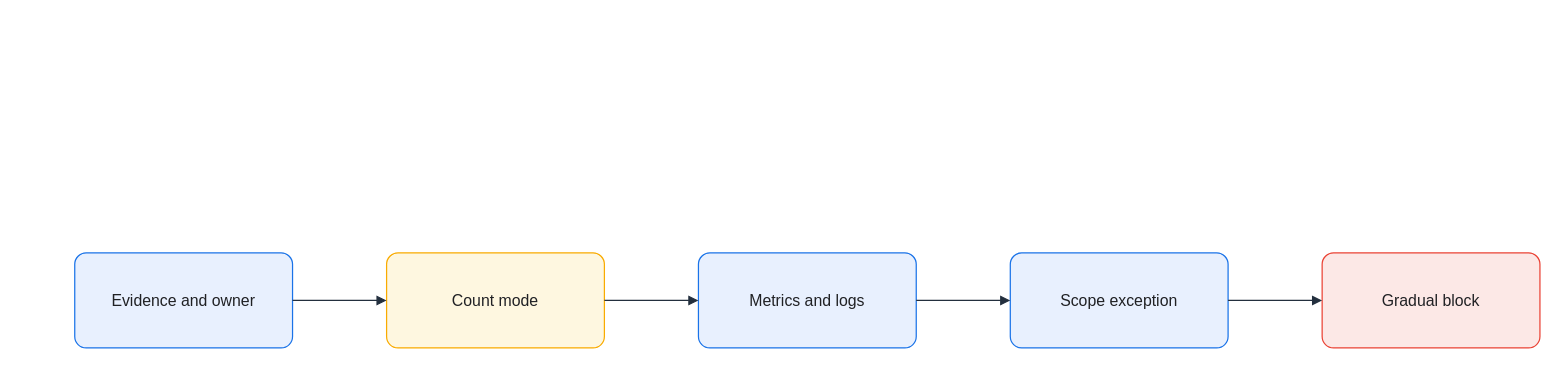
KKamJi98/kkamji98.github.io keeps this draw.io diagram as assets/img/aws/waf-rule-rollout-flow.drawio. Above is the earlier version. Source tidied: cells renumbered, new cells numbered last; positions are measured from the earlier drawing's top-left corner, leaving out a move shared by most shapes. Both pictures are drawn from the tidied source at 99%, with x=0, y=0 at pixel (74, 252).
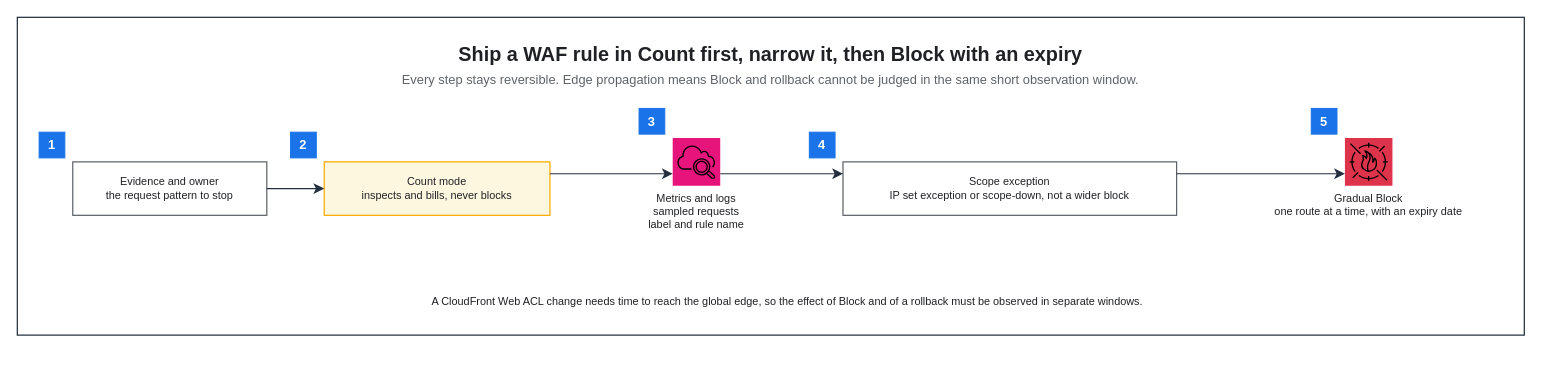
After the change.

Change to the diagram source:
```diff
@@
 <mxGraphModel background="#FFFFFF">
   <root>
     <mxCell id="0" />
     <mxCell id="1" parent="0" />
-    <mxCell id="2" value="Evidence and owner" style="rounded=1;arcSize=12;whiteSpace=wrap;html=0;fillColor=#E8F0FE;strokeColor=#1A73E8;strokeWidth=1.25;fontColor=#202124;fontSize=16;align=center;verticalAlign=middle;spacing=8;shadow=0;" parent="1" vertex="1">
-      <mxGeometry width="220" height="96" as="geometry" />
-    </mxCell>
-    <mxCell id="3" value="Count mode" style="rounded=1;arcSize=12;whiteSpace=wrap;html=0;fillColor=#FEF7E0;strokeColor=#F9AB00;strokeWidth=1.25;fontColor=#202124;fontSize=16;align=center;verticalAlign=middle;spacing=8;shadow=0;" parent="1" vertex="1">
-      <mxGeometry x="315" width="220" height="96" as="geometry" />
-    </mxCell>
-    <mxCell id="4" value="Metrics and logs" style="rounded=1;arcSize=12;whiteSpace=wrap;html=0;fillColor=#E8F0FE;strokeColor=#1A73E8;strokeWidth=1.25;fontColor=#202124;fontSize=16;align=center;verticalAlign=middle;spacing=8;shadow=0;" parent="1" vertex="1">
-      <mxGeometry x="630" width="220" height="96" as="geometry" />
-    </mxCell>
-    <mxCell id="5" value="Scope exception" style="rounded=1;arcSize=12;whiteSpace=wrap;html=0;fillColor=#E8F0FE;strokeColor=#1A73E8;strokeWidth=1.25;fontColor=#202124;fontSize=16;align=center;verticalAlign=middle;spacing=8;shadow=0;" parent="1" vertex="1">
-      <mxGeometry x="945" width="220" height="96" as="geometry" />
-    </mxCell>
-    <mxCell id="6" value="Gradual block" style="rounded=1;arcSize=12;whiteSpace=wrap;html=0;fillColor=#FCE8E6;strokeColor=#EA4335;strokeWidth=1.25;fontColor=#202124;fontSize=16;align=center;verticalAlign=middle;spacing=8;shadow=0;" parent="1" vertex="1">
-      <mxGeometry x="1260" width="220" height="96" as="geometry" />
-    </mxCell>
-    <mxCell id="7" style="edgeStyle=orthogonalEdgeStyle;rounded=0;jettySize=auto;html=0;endArrow=block;endFill=1;strokeColor=#232F3E;strokeWidth=1.25;fontColor=#202124;labelBackgroundColor=none;exitX=1;exitY=0.5;exitDx=0;exitDy=0;entryX=0;entryY=0.5;entryDx=0;entryDy=0;endSize=7;" parent="1" edge="1" source="2" target="3">
-      <mxGeometry relative="1" as="geometry" />
-    </mxCell>
-    <mxCell id="8" style="edgeStyle=orthogonalEdgeStyle;rounded=0;jettySize=auto;html=0;endArrow=block;endFill=1;strokeColor=#232F3E;strokeWidth=1.25;fontColor=#202124;labelBackgroundColor=none;exitX=1;exitY=0.5;exitDx=0;exitDy=0;entryX=0;entryY=0.5;entryDx=0;entryDy=0;endSize=7;" parent="1" edge="1" source="3" target="4">
-      <mxGeometry relative="1" as="geometry" />
-    </mxCell>
-    <mxCell id="9" style="edgeStyle=orthogonalEdgeStyle;rounded=0;jettySize=auto;html=0;endArrow=block;endFill=1;strokeColor=#232F3E;strokeWidth=1.25;fontColor=#202124;labelBackgroundColor=none;exitX=1;exitY=0.5;exitDx=0;exitDy=0;entryX=0;entryY=0.5;entryDx=0;entryDy=0;endSize=7;" parent="1" edge="1" source="4" target="5">
-      <mxGeometry relative="1" as="geometry" />
-    </mxCell>
-    <mxCell id="10" style="edgeStyle=orthogonalEdgeStyle;rounded=0;jettySize=auto;html=0;endArrow=block;endFill=1;strokeColor=#232F3E;strokeWidth=1.25;fontColor=#202124;labelBackgroundColor=none;exitX=1;exitY=0.5;exitDx=0;exitDy=0;entryX=0;entryY=0.5;entryDx=0;entryDy=0;endSize=7;" parent="1" edge="1" source="5" target="6">
-      <mxGeometry relative="1" as="geometry" />
-    </mxCell>
+    <mxCell id="11" style="rounded=0;html=0;fillColor=none;strokeColor=#232F3E;fontColor=#202124;strokeWidth=1.25;" parent="1" vertex="1">
+      <mxGeometry x="-58" y="-238" width="1522.2" height="321" as="geometry" />
+    </mxCell>
+    <mxCell id="12" value="Ship a WAF rule in Count first, narrow it, then Block with an expiry" style="text;html=0;whiteSpace=wrap;fillColor=none;strokeColor=none;fontColor=#202124;fontSize=20;fontStyle=1;align=center;verticalAlign=middle;" parent="1" vertex="1">
+      <mxGeometry x="-36" y="-216" width="1478.2" height="30" as="geometry" />
+    </mxCell>
+    <mxCell id="13" value="Every step stays reversible. Edge propagation means Block and rollback cannot be judged in the same short observation window." style="text;html=0;whiteSpace=wrap;fillColor=none;strokeColor=none;fontColor=#5F6368;fontSize=13;fontStyle=0;align=center;verticalAlign=middle;" parent="1" vertex="1">
+      <mxGeometry x="-36" y="-186" width="1478.2" height="22" as="geometry" />
+    </mxCell>
+    <mxCell id="14" value="Evidence and owner&#10;the request pattern to stop" style="rounded=0;whiteSpace=wrap;html=0;fillColor=#FFFFFF;strokeColor=#5F6368;fontColor=#202124;fontSize=11;fontStyle=0;align=center;verticalAlign=middle;spacingLeft=6;spacingRight=6;strokeWidth=1.25;" parent="1" vertex="1">
+      <mxGeometry x="-2" y="-92" width="196" height="54" as="geometry" />
+    </mxCell>
+    <mxCell id="15" value="Count mode&#10;inspects and bills, never blocks" style="rounded=0;whiteSpace=wrap;html=0;fillColor=#FEF7E0;strokeColor=#F9AB00;fontColor=#202124;fontSize=11;fontStyle=0;align=center;verticalAlign=middle;spacingLeft=6;spacingRight=6;strokeWidth=1.25;" parent="1" vertex="1">
+      <mxGeometry x="252" y="-92" width="228" height="54" as="geometry" />
+    </mxCell>
+    <mxCell id="16" value="Metrics and logs&#10;sampled requests&#10;label and rule name" style="sketch=0;outlineConnect=0;gradientColor=none;html=0;whiteSpace=nowrap;fontSize=11;fontStyle=0;fontColor=#202124;verticalLabelPosition=bottom;verticalAlign=top;align=center;labelBackgroundColor=none;fillColor=#E7157B;strokeColor=none;dashed=0;shape=mxgraph.aws4.resourceIcon;resIcon=mxgraph.aws4.cloudwatch_2;" parent="1" vertex="1">
+      <mxGeometry x="604" y="-116" width="48" height="48" as="geometry" />
+    </mxCell>
+    <mxCell id="17" value="Scope exception&#10;IP set exception or scope-down, not a wider block" style="rounded=0;whiteSpace=wrap;html=0;fillColor=#FFFFFF;strokeColor=#5F6368;fontColor=#202124;fontSize=11;fontStyle=0;align=center;verticalAlign=middle;spacingLeft=6;spacingRight=6;strokeWidth=1.25;" parent="1" vertex="1">
+      <mxGeometry x="776" y="-92" width="337" height="54" as="geometry" />
+    </mxCell>
+    <mxCell id="18" value="Gradual Block&#10;one route at a time, with an expiry date" style="sketch=0;outlineConnect=0;gradientColor=none;html=0;whiteSpace=nowrap;fontSize=11;fontStyle=0;fontColor=#202124;verticalLabelPosition=bottom;verticalAlign=top;align=center;labelBackgroundColor=none;fillColor=#DD344C;strokeColor=none;dashed=0;shape=mxgraph.aws4.resourceIcon;resIcon=mxgraph.aws4.waf;" parent="1" vertex="1">
+      <mxGeometry x="1283" y="-116" width="48" height="48" as="geometry" />
+    </mxCell>
+    <mxCell id="19" value="A CloudFront Web ACL change needs time to reach the global edge, so the effect of Block and of a rollback must be observed in separate windows." style="text;html=0;whiteSpace=wrap;fillColor=none;strokeColor=none;fontColor=#202124;fontSize=11;fontStyle=0;align=center;verticalAlign=middle;" parent="1" vertex="1">
+      <mxGeometry x="-2" y="37" width="1444" height="24" as="geometry" />
+    </mxCell>
+    <mxCell id="20" value="1" style="rounded=0;whiteSpace=wrap;html=0;fillColor=#1A73E8;strokeColor=#1A73E8;fontColor=#FFFFFF;fontSize=13;fontStyle=1;align=center;verticalAlign=middle;" parent="1" vertex="1">
+      <mxGeometry x="-36" y="-122" width="26" height="26" as="geometry" />
+    </mxCell>
+    <mxCell id="21" value="2" style="rounded=0;whiteSpace=wrap;html=0;fillColor=#1A73E8;strokeColor=#1A73E8;fontColor=#FFFFFF;fontSize=13;fontStyle=1;align=center;verticalAlign=middle;" parent="1" vertex="1">
+      <mxGeometry x="218" y="-122" width="26" height="26" as="geometry" />
+    </mxCell>
+    <mxCell id="22" value="3" style="rounded=0;whiteSpace=wrap;html=0;fillColor=#1A73E8;strokeColor=#1A73E8;fontColor=#FFFFFF;fontSize=13;fontStyle=1;align=center;verticalAlign=middle;" parent="1" vertex="1">
+      <mxGeometry x="570" y="-146" width="26" height="26" as="geometry" />
+    </mxCell>
+    <mxCell id="23" value="4" style="rounded=0;whiteSpace=wrap;html=0;fillColor=#1A73E8;strokeColor=#1A73E8;fontColor=#FFFFFF;fontSize=13;fontStyle=1;align=center;verticalAlign=middle;" parent="1" vertex="1">
+      <mxGeometry x="742" y="-122" width="26" height="26" as="geometry" />
+    </mxCell>
+    <mxCell id="24" value="5" style="rounded=0;whiteSpace=wrap;html=0;fillColor=#1A73E8;strokeColor=#1A73E8;fontColor=#FFFFFF;fontSize=13;fontStyle=1;align=center;verticalAlign=middle;" parent="1" vertex="1">
+      <mxGeometry x="1249" y="-146" width="26" height="26" as="geometry" />
+    </mxCell>
+    <mxCell id="25" style="edgeStyle=orthogonalEdgeStyle;rounded=0;html=0;strokeColor=#232F3E;strokeWidth=1.25;endArrow=classic;endFill=1;endSize=7;fontSize=11;fontColor=#202124;labelBackgroundColor=none;jettySize=14;exitX=1;exitY=0.5;entryX=0;entryY=0.5;exitDx=0;exitDy=0;entryDx=0;entryDy=0;" parent="1" edge="1" source="14" target="15">
+      <mxGeometry relative="1" as="geometry" />
+    </mxCell>
+    <mxCell id="26" style="edgeStyle=orthogonalEdgeStyle;rounded=0;html=0;strokeColor=#232F3E;strokeWidth=1.25;endArrow=classic;endFill=1;endSize=7;fontSize=11;fontColor=#202124;labelBackgroundColor=none;jettySize=14;exitX=1;exitY=0.2222;entryX=0;entryY=0.75;exitDx=0;exitDy=0;entryDx=0;entryDy=0;" parent="1" edge="1" source="15" target="16">
+      <mxGeometry relative="1" as="geometry" />
+    </mxCell>
+    <mxCell id="27" style="edgeStyle=orthogonalEdgeStyle;rounded=0;html=0;strokeColor=#232F3E;strokeWidth=1.25;endArrow=classic;endFill=1;endSize=7;fontSize=11;fontColor=#202124;labelBackgroundColor=none;jettySize=14;exitX=1;exitY=0.75;entryX=0;entryY=0.2222;exitDx=0;exitDy=0;entryDx=0;entryDy=0;" parent="1" edge="1" source="16" target="17">
+      <mxGeometry relative="1" as="geometry" />
+    </mxCell>
+    <mxCell id="28" style="edgeStyle=orthogonalEdgeStyle;rounded=0;html=0;strokeColor=#232F3E;strokeWidth=1.25;endArrow=classic;endFill=1;endSize=7;fontSize=11;fontColor=#202124;labelBackgroundColor=none;jettySize=14;exitX=1;exitY=0.2222;entryX=0;entryY=0.75;exitDx=0;exitDy=0;entryDx=0;entryDy=0;" parent="1" edge="1" source="17" target="18">
+      <mxGeometry relative="1" as="geometry" />
+    </mxCell>
   </root>
 </mxGraphModel>
```
